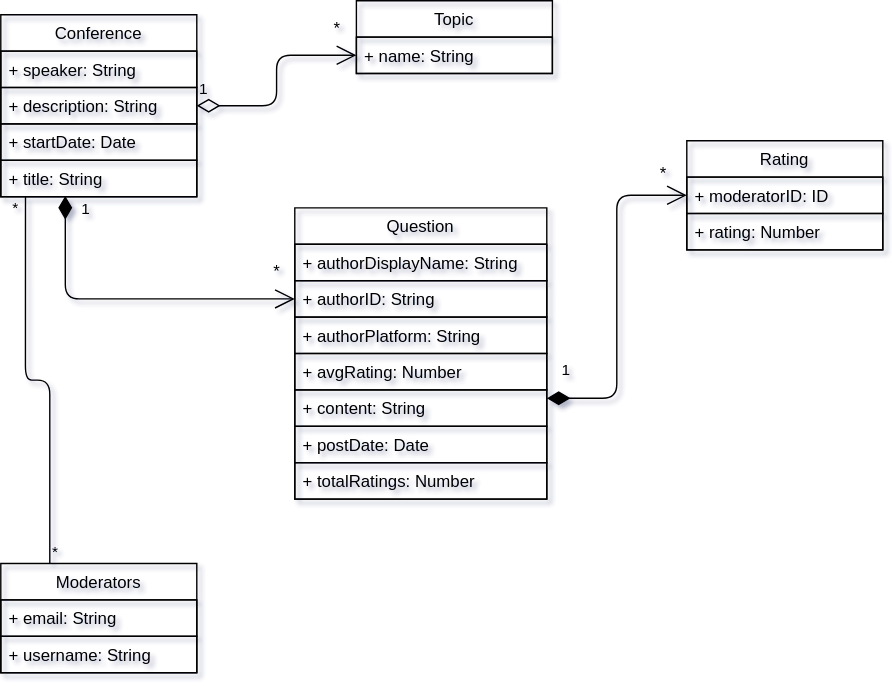
Before: docs/database.svg, a diagram exported from draw.io (FEUP-ESOF-2020-21/open-cx-t1g4-gof). Source tidied: cells renumbered, new cells last; positions are measured from the earlier drawing's top-left corner, leaving out a move shared by most shapes.
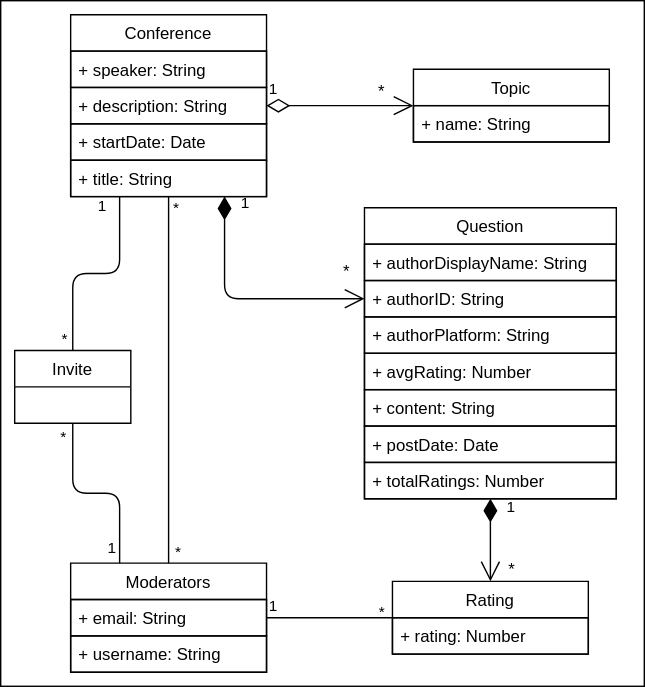
Above is the later version.

Commit message:
Fixed database as it was missing the invites

What changed in the source:
```diff
@@ -1,7 +1,16 @@
-<mxGraphModel background="#ffffff" shadow="1">
+<mxGraphModel background="#ffffff">
   <root>
     <mxCell id="0" />
     <mxCell id="1" parent="0" />
+    <mxCell id="32" style="rounded=0;whiteSpace=wrap;html=1;" parent="1" vertex="1">
+      <mxGeometry x="-50" width="460" height="490" as="geometry" />
+    </mxCell>
+    <mxCell id="21" value="Rating" style="swimlane;fontStyle=0;horizontal=1;startSize=26;fillColor=none;labelBackgroundColor=none;fontColor=#000000;strokeColor=#000000;" parent="1" vertex="1">
+      <mxGeometry x="230" y="415" width="140" height="52" as="geometry" />
+    </mxCell>
+    <mxCell id="23" value="+ rating: Number" style="text;strokeColor=#000000;fillColor=none;align=left;verticalAlign=top;spacingLeft=4;spacingRight=4;overflow=hidden;fontColor=#000000;" parent="21" vertex="1">
+      <mxGeometry y="26" width="140" height="26" as="geometry" />
+    </mxCell>
     <mxCell id="2" value="Conference" style="swimlane;fontStyle=0;horizontal=1;startSize=26;fillColor=none;labelBackgroundColor=none;fontColor=#000000;strokeColor=#000000;" parent="1" vertex="1">
       <mxGeometry y="10" width="140" height="130" as="geometry" />
     </mxCell>
@@ -18,16 +27,16 @@
       <mxGeometry y="104" width="140" height="26" as="geometry" />
     </mxCell>
     <mxCell id="7" value="Topic" style="swimlane;fontStyle=0;horizontal=1;startSize=26;fillColor=none;labelBackgroundColor=none;fontColor=#000000;strokeColor=#000000;" parent="1" vertex="1">
-      <mxGeometry x="254" width="140" height="52" as="geometry" />
+      <mxGeometry x="245" y="49" width="140" height="52" as="geometry" />
     </mxCell>
     <mxCell id="8" value="+ name: String" style="text;strokeColor=#000000;fillColor=none;align=left;verticalAlign=top;spacingLeft=4;spacingRight=4;overflow=hidden;points=[[0,0.5],[1,0.5]];portConstraint=eastwest;fontColor=#000000;" parent="7" vertex="1">
       <mxGeometry y="26" width="140" height="26" as="geometry" />
     </mxCell>
-    <mxCell id="9" value="1" style="endArrow=open;html=1;endSize=12;startArrow=diamondThin;startSize=14;startFill=0;edgeStyle=orthogonalEdgeStyle;align=left;verticalAlign=bottom;exitX=1;exitY=0.5;exitDx=0;exitDy=0;entryX=0;entryY=0.5;entryDx=0;entryDy=0;fontColor=#000000;strokeColor=#000000;labelBackgroundColor=none;" parent="1" edge="1" source="4" target="8">
+    <mxCell id="9" value="1" style="endArrow=open;html=1;endSize=12;startArrow=diamondThin;startSize=14;startFill=0;align=left;verticalAlign=bottom;exitX=1;exitY=0.5;exitDx=0;exitDy=0;fontColor=#000000;strokeColor=#000000;labelBackgroundColor=none;" parent="1" edge="1" source="4" target="7">
       <mxGeometry x="-1" y="3" relative="1" as="geometry" />
     </mxCell>
     <mxCell id="10" value="*" style="text;html=1;align=center;verticalAlign=middle;fontColor=#000000;strokeColor=none;" parent="1" vertex="1">
-      <mxGeometry x="230" y="10" width="20" height="20" as="geometry" />
+      <mxGeometry x="212" y="55" width="20" height="20" as="geometry" />
     </mxCell>
     <mxCell id="11" value="Question" style="swimlane;fontStyle=0;horizontal=1;startSize=26;fillColor=none;labelBackgroundColor=none;fontColor=#000000;strokeColor=#000000;" parent="1" vertex="1">
       <mxGeometry x="210" y="148" width="180" height="208" as="geometry" />
@@ -53,32 +62,21 @@
     <mxCell id="18" value="+ totalRatings: Number" style="text;strokeColor=#000000;fillColor=none;align=left;verticalAlign=top;spacingLeft=4;spacingRight=4;overflow=hidden;fontColor=#000000;" parent="11" vertex="1">
       <mxGeometry y="182" width="180" height="26" as="geometry" />
     </mxCell>
-    <mxCell id="19" value="1" style="endArrow=open;html=1;endSize=12;startArrow=diamondThin;startSize=14;startFill=1;edgeStyle=orthogonalEdgeStyle;align=left;verticalAlign=bottom;exitX=0.329;exitY=0.979;exitDx=0;exitDy=0;exitPerimeter=0;entryX=0;entryY=0.5;entryDx=0;entryDy=0;fontColor=#000000;strokeColor=#000000;labelBackgroundColor=none;" parent="1" edge="1" source="6" target="13">
-      <mxGeometry x="-0.84" y="10" relative="1" as="geometry" />
+    <mxCell id="19" value="1" style="endArrow=open;html=1;endSize=12;startArrow=diamondThin;startSize=14;startFill=1;edgeStyle=orthogonalEdgeStyle;align=left;verticalAlign=bottom;entryX=0;entryY=0.5;entryDx=0;entryDy=0;fontColor=#000000;strokeColor=#000000;labelBackgroundColor=none;" parent="1" edge="1" source="2" target="13">
+      <mxGeometry x="-0.84" y="10" relative="1" as="geometry">
+        <Array as="points">
+          <mxPoint x="110" y="213" />
+        </Array>
+      </mxGeometry>
     </mxCell>
     <mxCell id="20" value="*" style="text;html=1;align=center;verticalAlign=middle;fontColor=#000000;strokeColor=none;" parent="1" vertex="1">
       <mxGeometry x="187" y="184" width="20" height="20" as="geometry" />
     </mxCell>
-    <mxCell id="21" value="Rating" style="swimlane;fontStyle=0;horizontal=1;startSize=26;fillColor=none;labelBackgroundColor=none;fontColor=#000000;strokeColor=#000000;" parent="1" vertex="1">
-      <mxGeometry x="490" y="100" width="140" height="78" as="geometry" />
-    </mxCell>
-    <mxCell id="22" value="+ moderatorID: ID" style="text;strokeColor=#000000;fillColor=none;align=left;verticalAlign=top;spacingLeft=4;spacingRight=4;overflow=hidden;points=[[0,0.5],[1,0.5]];portConstraint=eastwest;fontColor=#000000;" parent="21" vertex="1">
-      <mxGeometry y="26" width="140" height="26" as="geometry" />
-    </mxCell>
-    <mxCell id="23" value="+ rating: Number" style="text;strokeColor=#000000;fillColor=none;align=left;verticalAlign=top;spacingLeft=4;spacingRight=4;overflow=hidden;fontColor=#000000;" parent="21" vertex="1">
-      <mxGeometry y="52" width="140" height="26" as="geometry" />
-    </mxCell>
-    <mxCell id="24" value="1" style="endArrow=open;html=1;endSize=12;startArrow=diamondThin;startSize=14;startFill=1;edgeStyle=orthogonalEdgeStyle;align=left;verticalAlign=bottom;exitX=0.329;exitY=1.038;exitDx=0;exitDy=0;exitPerimeter=0;entryX=0;entryY=0.5;entryDx=0;entryDy=0;fontColor=#000000;strokeColor=#000000;fillColor=none;labelBackgroundColor=none;" parent="1" edge="1" target="22">
-      <mxGeometry x="-0.93" y="11" relative="1" as="geometry">
-        <mxPoint x="390" y="284" as="sourcePoint" />
-        <Array as="points">
-          <mxPoint x="440" y="284" />
-          <mxPoint x="440" y="139" />
-        </Array>
-      </mxGeometry>
+    <mxCell id="24" value="1" style="endArrow=open;html=1;endSize=12;startArrow=diamondThin;startSize=14;startFill=1;align=left;verticalAlign=bottom;fontColor=#000000;strokeColor=#000000;fillColor=none;labelBackgroundColor=none;" parent="1" edge="1" source="11" target="21">
+      <mxGeometry x="-0.49" y="10" relative="1" as="geometry" />
     </mxCell>
     <mxCell id="25" value="*" style="text;html=1;align=center;verticalAlign=middle;fontColor=#000000;strokeColor=none;" parent="1" vertex="1">
-      <mxGeometry x="463" y="114" width="20" height="20" as="geometry" />
+      <mxGeometry x="305" y="397" width="20" height="20" as="geometry" />
     </mxCell>
     <mxCell id="26" value="Moderators" style="swimlane;fontStyle=0;horizontal=1;startSize=26;fillColor=none;labelBackgroundColor=none;fontColor=#000000;strokeColor=#000000;" parent="1" vertex="1">
       <mxGeometry y="402" width="140" height="78" as="geometry" />
@@ -89,21 +87,58 @@
     <mxCell id="28" value="+ username: String" style="text;strokeColor=#000000;fillColor=none;align=left;verticalAlign=top;spacingLeft=4;spacingRight=4;overflow=hidden;fontColor=#000000;" parent="26" vertex="1">
       <mxGeometry y="52" width="140" height="26" as="geometry" />
     </mxCell>
-    <mxCell id="29" style="endArrow=none;html=1;edgeStyle=orthogonalEdgeStyle;exitX=0.25;exitY=0;exitDx=0;exitDy=0;entryX=0.126;entryY=1.002;entryDx=0;entryDy=0;entryPerimeter=0;fontColor=#000000;strokeColor=#000000;" parent="1" edge="1" source="26" target="6">
-      <mxGeometry relative="1" as="geometry">
-        <Array as="points">
-          <mxPoint x="35" y="271" />
-          <mxPoint x="18" y="271" />
-        </Array>
-      </mxGeometry>
+    <mxCell id="29" style="endArrow=none;html=1;fontColor=#000000;strokeColor=#000000;" parent="1" edge="1" source="26" target="2">
+      <mxGeometry relative="1" as="geometry" />
     </mxCell>
     <mxCell id="30" value="*" style="edgeLabel;html=1;align=left;verticalAlign=bottom;fontColor=#000000;strokeColor=#000000;labelBackgroundColor=none;" parent="29" vertex="1">
-      <mxGeometry x="-1" relative="1" as="geometry" />
+      <mxGeometry x="-1" relative="1" as="geometry">
+        <mxPoint x="3" as="offset" />
+      </mxGeometry>
     </mxCell>
     <mxCell id="31" value="*" style="edgeLabel;html=1;align=right;verticalAlign=bottom;fontColor=#000000;strokeColor=#000000;labelBackgroundColor=none;" parent="29" vertex="1">
       <mxGeometry x="1" relative="1" as="geometry">
-        <mxPoint x="-5.1" y="16.1" as="offset" />
+        <mxPoint x="7.9" y="16.1" as="offset" />
       </mxGeometry>
     </mxCell>
+    <mxCell id="33" value="Invite" style="swimlane;fontStyle=0;horizontal=1;startSize=26;fillColor=none;labelBackgroundColor=none;fontColor=#000000;strokeColor=#000000;" parent="1" vertex="1">
+      <mxGeometry x="-40" y="250" width="83" height="52" as="geometry" />
+    </mxCell>
+    <mxCell id="34" style="endArrow=none;html=1;fontColor=#000000;strokeColor=#000000;" parent="1" edge="1" source="26" target="21">
+      <mxGeometry relative="1" as="geometry" />
+    </mxCell>
+    <mxCell id="35" value="1" style="edgeLabel;html=1;align=left;verticalAlign=bottom;fontColor=#000000;strokeColor=#000000;labelBackgroundColor=none;" parent="34" vertex="1">
+      <mxGeometry x="-1" relative="1" as="geometry" />
+    </mxCell>
+    <mxCell id="36" value="*" style="edgeLabel;html=1;align=right;verticalAlign=bottom;fontColor=#000000;strokeColor=#000000;labelBackgroundColor=none;" parent="34" vertex="1">
+      <mxGeometry x="1" relative="1" as="geometry">
+        <mxPoint x="-5.1" y="4.2" as="offset" />
+      </mxGeometry>
+    </mxCell>
+    <mxCell id="37" style="endArrow=none;html=1;fontColor=#000000;strokeColor=#000000;edgeStyle=orthogonalEdgeStyle;entryX=0.25;entryY=0;entryDx=0;entryDy=0;" parent="1" edge="1" source="33" target="26">
+      <mxGeometry relative="1" as="geometry" />
+    </mxCell>
+    <mxCell id="38" value="*" style="edgeLabel;html=1;align=left;verticalAlign=bottom;fontColor=#000000;strokeColor=#000000;labelBackgroundColor=none;" parent="37" vertex="1">
+      <mxGeometry x="-1" relative="1" as="geometry">
+        <mxPoint x="-10.5" y="18" as="offset" />
+      </mxGeometry>
+    </mxCell>
+    <mxCell id="39" value="1" style="edgeLabel;html=1;align=right;verticalAlign=bottom;fontColor=#000000;strokeColor=#000000;labelBackgroundColor=none;" parent="37" vertex="1">
+      <mxGeometry x="1" relative="1" as="geometry">
+        <mxPoint x="-2.1" y="-3.9" as="offset" />
+      </mxGeometry>
+    </mxCell>
+    <mxCell id="40" style="endArrow=none;html=1;fontColor=#000000;strokeColor=#000000;edgeStyle=orthogonalEdgeStyle;entryX=0.25;entryY=1;entryDx=0;entryDy=0;" parent="1" edge="1" source="33" target="2">
+      <mxGeometry relative="1" as="geometry" />
+    </mxCell>
+    <mxCell id="41" value="*" style="edgeLabel;html=1;align=left;verticalAlign=bottom;fontColor=#000000;strokeColor=#000000;labelBackgroundColor=none;" parent="40" vertex="1">
+      <mxGeometry x="-1" relative="1" as="geometry">
+        <mxPoint x="-9.8" as="offset" />
+      </mxGeometry>
+    </mxCell>
+    <mxCell id="42" value="1" style="edgeLabel;html=1;align=right;verticalAlign=bottom;fontColor=#000000;strokeColor=#000000;labelBackgroundColor=none;" parent="40" vertex="1">
+      <mxGeometry x="1" relative="1" as="geometry">
+        <mxPoint x="-9.1" y="15.1" as="offset" />
+      </mxGeometry>
+    </mxCell>
   </root>
 </mxGraphModel>
```
